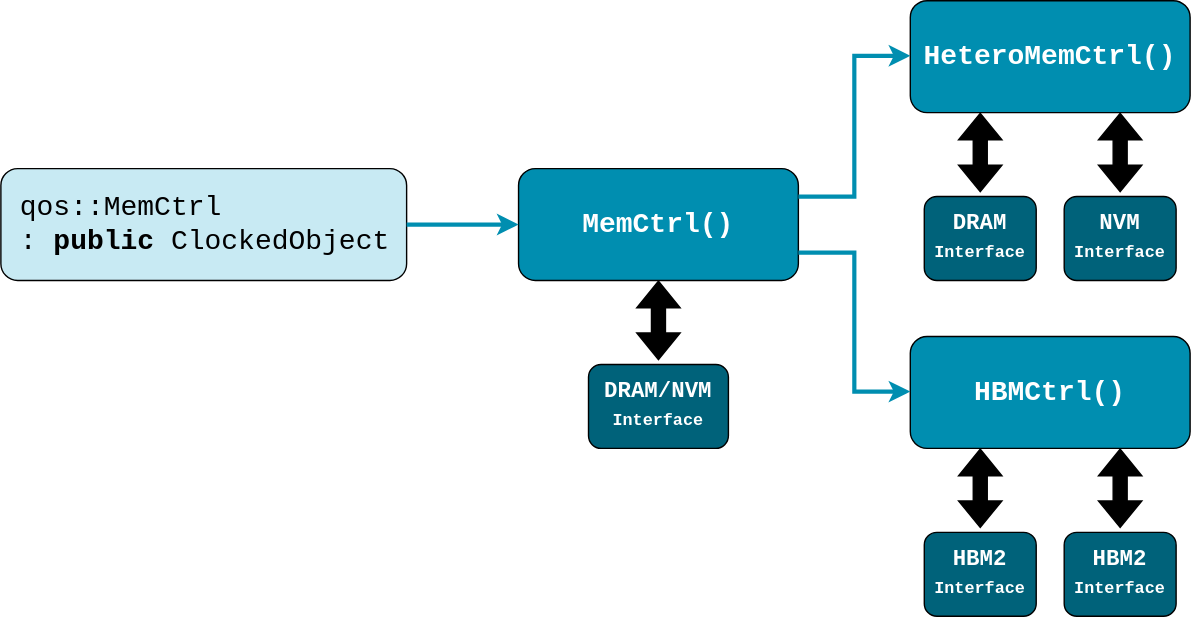
huydinhtran/gem5-2024-bootcamp keeps this draw.io diagram as slides/02-Using-gem5/06-memory-imgs/memory-controller-classes.drawio.svg. Above is the earlier version. Source tidied: cells renumbered, new cells last; positions are measured from the earlier drawing's top-left corner, leaving out a move shared by most shapes. Its diagram source:
```xml
<mxGraphModel>
  <root>
    <mxCell id="0" />
    <mxCell id="1" parent="0" />
    <mxCell id="2" value="&lt;font style=&quot;font-size: 20px;&quot;&gt;&amp;nbsp;qos::MemCtrl&amp;nbsp;&lt;/font&gt;&lt;div style=&quot;font-size: 20px;&quot;&gt;&lt;span style=&quot;background-color: initial; font-size: 20px;&quot;&gt;&lt;font style=&quot;font-size: 20px;&quot;&gt;&amp;nbsp;: &lt;b style=&quot;font-size: 20px;&quot;&gt;public&lt;/b&gt; ClockedObject&lt;/font&gt;&lt;/span&gt;&lt;/div&gt;" style="rounded=1;whiteSpace=wrap;html=1;fillColor=#C8EAF3;fontFamily=Courier New;align=left;fontSize=20;" parent="1" vertex="1">
      <mxGeometry y="120" width="290" height="80" as="geometry" />
    </mxCell>
    <mxCell id="3" value="&lt;div style=&quot;font-size: 20px;&quot;&gt;&lt;span style=&quot;font-size: 20px; background-color: initial;&quot;&gt;&lt;b style=&quot;font-size: 20px;&quot;&gt;MemCtrl()&lt;/b&gt;&lt;/span&gt;&lt;/div&gt;" style="rounded=1;whiteSpace=wrap;html=1;fillColor=#008EB0;fontFamily=Courier New;align=center;fontColor=#FFFFFF;fontSize=20;" parent="1" vertex="1">
      <mxGeometry x="370" y="120" width="200" height="80" as="geometry" />
    </mxCell>
    <mxCell id="4" value="&lt;div style=&quot;font-size: 20px;&quot;&gt;&lt;span style=&quot;font-size: 20px; background-color: initial;&quot;&gt;&lt;b style=&quot;font-size: 20px;&quot;&gt;HeteroMemCtrl()&lt;/b&gt;&lt;/span&gt;&lt;/div&gt;" style="rounded=1;whiteSpace=wrap;html=1;fillColor=#008EB0;fontFamily=Courier New;align=center;fontColor=#FFFFFF;fontSize=20;" parent="1" vertex="1">
      <mxGeometry x="650" width="200" height="80" as="geometry" />
    </mxCell>
    <mxCell id="5" value="&lt;div style=&quot;font-size: 20px;&quot;&gt;&lt;span style=&quot;font-size: 20px; background-color: initial;&quot;&gt;&lt;b style=&quot;font-size: 20px;&quot;&gt;HBMCtrl()&lt;/b&gt;&lt;/span&gt;&lt;/div&gt;" style="rounded=1;whiteSpace=wrap;html=1;fillColor=#008EB0;fontFamily=Courier New;align=center;fontColor=#FFFFFF;fontSize=20;" parent="1" vertex="1">
      <mxGeometry x="650" y="240" width="200" height="80" as="geometry" />
    </mxCell>
    <mxCell id="6" style="endArrow=classic;html=1;rounded=0;entryX=0;entryY=0.5;entryDx=0;entryDy=0;strokeColor=#008EB0;strokeWidth=3;" parent="1" edge="1" target="3">
      <mxGeometry relative="1" as="geometry">
        <mxPoint x="290" y="160" as="sourcePoint" />
      </mxGeometry>
    </mxCell>
    <mxCell id="7" style="endArrow=classic;html=1;rounded=0;strokeColor=#008EB0;strokeWidth=3;endFill=1;edgeStyle=elbowEdgeStyle;exitX=1;exitY=0.25;exitDx=0;exitDy=0;" parent="1" edge="1" source="3">
      <mxGeometry relative="1" as="geometry">
        <mxPoint x="650" y="39.4" as="targetPoint" />
      </mxGeometry>
    </mxCell>
    <mxCell id="8" style="endArrow=classic;html=1;rounded=0;strokeColor=#008EB0;strokeWidth=3;endFill=1;edgeStyle=elbowEdgeStyle;exitX=1;exitY=0.75;exitDx=0;exitDy=0;" parent="1" edge="1" source="3">
      <mxGeometry relative="1" as="geometry">
        <mxPoint x="650" y="279.4" as="targetPoint" />
      </mxGeometry>
    </mxCell>
    <mxCell id="9" style="shape=flexArrow;endArrow=classic;startArrow=classic;html=1;rounded=0;fillColor=#000000;entryX=0.309;entryY=1.04;entryDx=0;entryDy=0;entryPerimeter=0;" parent="1" edge="1">
      <mxGeometry relative="1" as="geometry">
        <mxPoint x="800" y="137" as="sourcePoint" />
        <mxPoint x="800" y="80" as="targetPoint" />
      </mxGeometry>
    </mxCell>
    <mxCell id="10" style="shape=flexArrow;endArrow=classic;startArrow=classic;html=1;rounded=0;fillColor=#000000;entryX=0.309;entryY=1.04;entryDx=0;entryDy=0;entryPerimeter=0;" parent="1" edge="1">
      <mxGeometry relative="1" as="geometry">
        <mxPoint x="700" y="137" as="sourcePoint" />
        <mxPoint x="700" y="80" as="targetPoint" />
      </mxGeometry>
    </mxCell>
    <mxCell id="11" value="&lt;div style=&quot;font-size: 16px;&quot;&gt;&lt;b style=&quot;font-size: 16px;&quot;&gt;DRAM&lt;/b&gt;&lt;/div&gt;&lt;div style=&quot;&quot;&gt;&lt;b style=&quot;&quot;&gt;&lt;font style=&quot;font-size: 12px;&quot;&gt;Interface&lt;/font&gt;&lt;/b&gt;&lt;/div&gt;" style="rounded=1;whiteSpace=wrap;html=1;fillColor=#00627A;fontFamily=Courier New;align=center;fontColor=#FFFFFF;fontSize=16;" parent="1" vertex="1">
      <mxGeometry x="660" y="140" width="80" height="60" as="geometry" />
    </mxCell>
    <mxCell id="12" value="&lt;div style=&quot;font-size: 16px;&quot;&gt;&lt;b style=&quot;font-size: 16px;&quot;&gt;NVM&lt;/b&gt;&lt;/div&gt;&lt;div style=&quot;&quot;&gt;&lt;b style=&quot;&quot;&gt;&lt;font style=&quot;font-size: 12px;&quot;&gt;Interface&lt;/font&gt;&lt;/b&gt;&lt;/div&gt;" style="rounded=1;whiteSpace=wrap;html=1;fillColor=#00627A;fontFamily=Courier New;align=center;fontColor=#FFFFFF;fontSize=16;" parent="1" vertex="1">
      <mxGeometry x="760" y="140" width="80" height="60" as="geometry" />
    </mxCell>
    <mxCell id="13" style="shape=flexArrow;endArrow=classic;startArrow=classic;html=1;rounded=0;fillColor=#000000;entryX=0.309;entryY=1.04;entryDx=0;entryDy=0;entryPerimeter=0;" parent="1" edge="1">
      <mxGeometry relative="1" as="geometry">
        <mxPoint x="800" y="377" as="sourcePoint" />
        <mxPoint x="800" y="320" as="targetPoint" />
      </mxGeometry>
    </mxCell>
    <mxCell id="14" style="shape=flexArrow;endArrow=classic;startArrow=classic;html=1;rounded=0;fillColor=#000000;entryX=0.309;entryY=1.04;entryDx=0;entryDy=0;entryPerimeter=0;" parent="1" edge="1">
      <mxGeometry relative="1" as="geometry">
        <mxPoint x="700" y="377" as="sourcePoint" />
        <mxPoint x="700" y="320" as="targetPoint" />
      </mxGeometry>
    </mxCell>
    <mxCell id="15" value="&lt;div style=&quot;font-size: 16px;&quot;&gt;&lt;b style=&quot;font-size: 16px;&quot;&gt;HBM2&lt;/b&gt;&lt;/div&gt;&lt;div style=&quot;&quot;&gt;&lt;b style=&quot;&quot;&gt;&lt;font style=&quot;font-size: 12px;&quot;&gt;Interface&lt;/font&gt;&lt;/b&gt;&lt;/div&gt;" style="rounded=1;whiteSpace=wrap;html=1;fillColor=#00627A;fontFamily=Courier New;align=center;fontColor=#FFFFFF;fontSize=16;" parent="1" vertex="1">
      <mxGeometry x="660" y="380" width="80" height="60" as="geometry" />
    </mxCell>
    <mxCell id="16" value="&lt;div style=&quot;font-size: 16px;&quot;&gt;&lt;b style=&quot;font-size: 16px;&quot;&gt;HBM2&lt;/b&gt;&lt;/div&gt;&lt;div style=&quot;&quot;&gt;&lt;b style=&quot;&quot;&gt;&lt;font style=&quot;font-size: 12px;&quot;&gt;Interface&lt;/font&gt;&lt;/b&gt;&lt;/div&gt;" style="rounded=1;whiteSpace=wrap;html=1;fillColor=#00627A;fontFamily=Courier New;align=center;fontColor=#FFFFFF;fontSize=16;" parent="1" vertex="1">
      <mxGeometry x="760" y="380" width="80" height="60" as="geometry" />
    </mxCell>
    <mxCell id="17" style="shape=flexArrow;endArrow=classic;startArrow=classic;html=1;rounded=0;fillColor=#000000;entryX=0.309;entryY=1.04;entryDx=0;entryDy=0;entryPerimeter=0;" parent="1" edge="1">
      <mxGeometry relative="1" as="geometry">
        <mxPoint x="470" y="257" as="sourcePoint" />
        <mxPoint x="470" y="200" as="targetPoint" />
      </mxGeometry>
    </mxCell>
    <mxCell id="18" value="&lt;div style=&quot;font-size: 16px;&quot;&gt;&lt;b&gt;DRAM/NVM&lt;/b&gt;&lt;/div&gt;&lt;div style=&quot;&quot;&gt;&lt;b style=&quot;&quot;&gt;&lt;font style=&quot;font-size: 12px;&quot;&gt;Interface&lt;/font&gt;&lt;/b&gt;&lt;/div&gt;" style="rounded=1;whiteSpace=wrap;html=1;fillColor=#00627A;fontFamily=Courier New;align=center;fontColor=#FFFFFF;fontSize=16;" parent="1" vertex="1">
      <mxGeometry x="420" y="260" width="100" height="60" as="geometry" />
    </mxCell>
  </root>
</mxGraphModel>
```
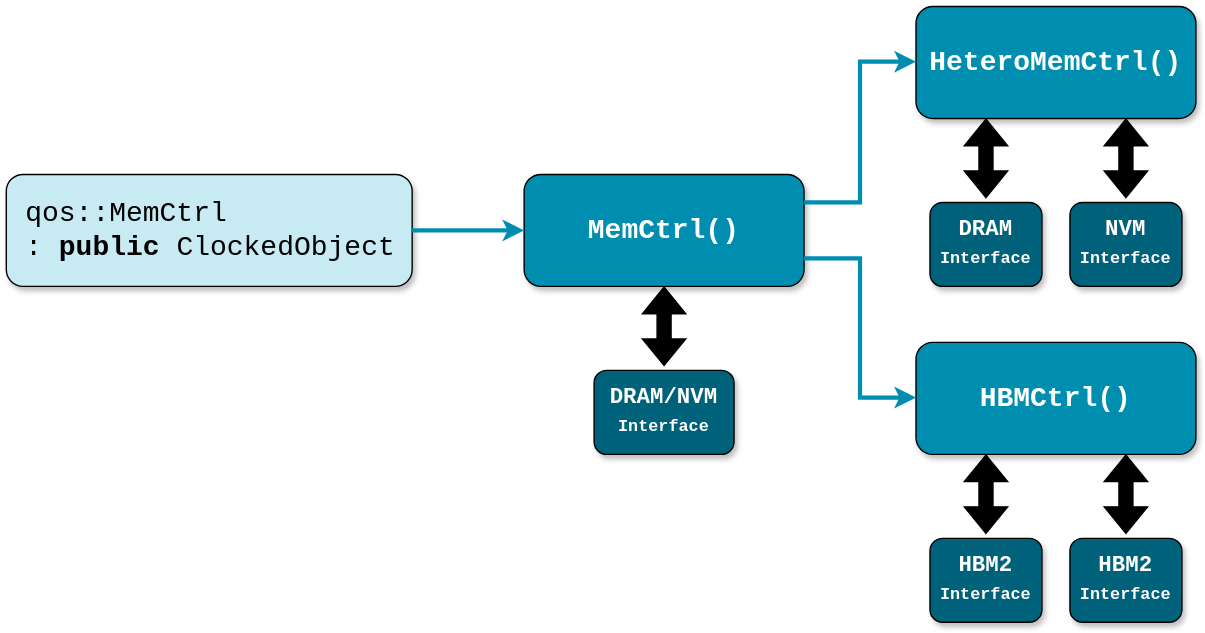
The same file after the commit.

Change to the diagram source:
```diff
@@ -2,16 +2,16 @@
   <root>
     <mxCell id="0" />
     <mxCell id="1" parent="0" />
-    <mxCell id="2" value="&lt;font style=&quot;font-size: 20px;&quot;&gt;&amp;nbsp;qos::MemCtrl&amp;nbsp;&lt;/font&gt;&lt;div style=&quot;font-size: 20px;&quot;&gt;&lt;span style=&quot;background-color: initial; font-size: 20px;&quot;&gt;&lt;font style=&quot;font-size: 20px;&quot;&gt;&amp;nbsp;: &lt;b style=&quot;font-size: 20px;&quot;&gt;public&lt;/b&gt; ClockedObject&lt;/font&gt;&lt;/span&gt;&lt;/div&gt;" style="rounded=1;whiteSpace=wrap;html=1;fillColor=#C8EAF3;fontFamily=Courier New;align=left;fontSize=20;" parent="1" vertex="1">
+    <mxCell id="2" value="&lt;font style=&quot;font-size: 20px;&quot;&gt;&amp;nbsp;qos::MemCtrl&amp;nbsp;&lt;/font&gt;&lt;div style=&quot;font-size: 20px;&quot;&gt;&lt;span style=&quot;background-color: initial; font-size: 20px;&quot;&gt;&lt;font style=&quot;font-size: 20px;&quot;&gt;&amp;nbsp;: &lt;b style=&quot;font-size: 20px;&quot;&gt;public&lt;/b&gt; ClockedObject&lt;/font&gt;&lt;/span&gt;&lt;/div&gt;" style="rounded=1;whiteSpace=wrap;html=1;fillColor=#C8EAF3;fontFamily=Courier New;align=left;fontSize=20;shadow=1;" parent="1" vertex="1">
       <mxGeometry y="120" width="290" height="80" as="geometry" />
     </mxCell>
-    <mxCell id="3" value="&lt;div style=&quot;font-size: 20px;&quot;&gt;&lt;span style=&quot;font-size: 20px; background-color: initial;&quot;&gt;&lt;b style=&quot;font-size: 20px;&quot;&gt;MemCtrl()&lt;/b&gt;&lt;/span&gt;&lt;/div&gt;" style="rounded=1;whiteSpace=wrap;html=1;fillColor=#008EB0;fontFamily=Courier New;align=center;fontColor=#FFFFFF;fontSize=20;" parent="1" vertex="1">
+    <mxCell id="3" value="&lt;div style=&quot;font-size: 20px;&quot;&gt;&lt;span style=&quot;font-size: 20px; background-color: initial;&quot;&gt;&lt;b style=&quot;font-size: 20px;&quot;&gt;MemCtrl()&lt;/b&gt;&lt;/span&gt;&lt;/div&gt;" style="rounded=1;whiteSpace=wrap;html=1;fillColor=#008EB0;fontFamily=Courier New;align=center;fontColor=#FFFFFF;fontSize=20;shadow=1;" parent="1" vertex="1">
       <mxGeometry x="370" y="120" width="200" height="80" as="geometry" />
     </mxCell>
-    <mxCell id="4" value="&lt;div style=&quot;font-size: 20px;&quot;&gt;&lt;span style=&quot;font-size: 20px; background-color: initial;&quot;&gt;&lt;b style=&quot;font-size: 20px;&quot;&gt;HeteroMemCtrl()&lt;/b&gt;&lt;/span&gt;&lt;/div&gt;" style="rounded=1;whiteSpace=wrap;html=1;fillColor=#008EB0;fontFamily=Courier New;align=center;fontColor=#FFFFFF;fontSize=20;" parent="1" vertex="1">
+    <mxCell id="4" value="&lt;div style=&quot;font-size: 20px;&quot;&gt;&lt;span style=&quot;font-size: 20px; background-color: initial;&quot;&gt;&lt;b style=&quot;font-size: 20px;&quot;&gt;HeteroMemCtrl()&lt;/b&gt;&lt;/span&gt;&lt;/div&gt;" style="rounded=1;whiteSpace=wrap;html=1;fillColor=#008EB0;fontFamily=Courier New;align=center;fontColor=#FFFFFF;fontSize=20;shadow=1;" parent="1" vertex="1">
       <mxGeometry x="650" width="200" height="80" as="geometry" />
     </mxCell>
-    <mxCell id="5" value="&lt;div style=&quot;font-size: 20px;&quot;&gt;&lt;span style=&quot;font-size: 20px; background-color: initial;&quot;&gt;&lt;b style=&quot;font-size: 20px;&quot;&gt;HBMCtrl()&lt;/b&gt;&lt;/span&gt;&lt;/div&gt;" style="rounded=1;whiteSpace=wrap;html=1;fillColor=#008EB0;fontFamily=Courier New;align=center;fontColor=#FFFFFF;fontSize=20;" parent="1" vertex="1">
+    <mxCell id="5" value="&lt;div style=&quot;font-size: 20px;&quot;&gt;&lt;span style=&quot;font-size: 20px; background-color: initial;&quot;&gt;&lt;b style=&quot;font-size: 20px;&quot;&gt;HBMCtrl()&lt;/b&gt;&lt;/span&gt;&lt;/div&gt;" style="rounded=1;whiteSpace=wrap;html=1;fillColor=#008EB0;fontFamily=Courier New;align=center;fontColor=#FFFFFF;fontSize=20;shadow=1;" parent="1" vertex="1">
       <mxGeometry x="650" y="240" width="200" height="80" as="geometry" />
     </mxCell>
     <mxCell id="6" style="endArrow=classic;html=1;rounded=0;entryX=0;entryY=0.5;entryDx=0;entryDy=0;strokeColor=#008EB0;strokeWidth=3;" parent="1" edge="1" target="3">
@@ -41,10 +41,10 @@
         <mxPoint x="700" y="80" as="targetPoint" />
       </mxGeometry>
     </mxCell>
-    <mxCell id="11" value="&lt;div style=&quot;font-size: 16px;&quot;&gt;&lt;b style=&quot;font-size: 16px;&quot;&gt;DRAM&lt;/b&gt;&lt;/div&gt;&lt;div style=&quot;&quot;&gt;&lt;b style=&quot;&quot;&gt;&lt;font style=&quot;font-size: 12px;&quot;&gt;Interface&lt;/font&gt;&lt;/b&gt;&lt;/div&gt;" style="rounded=1;whiteSpace=wrap;html=1;fillColor=#00627A;fontFamily=Courier New;align=center;fontColor=#FFFFFF;fontSize=16;" parent="1" vertex="1">
+    <mxCell id="11" value="&lt;div style=&quot;font-size: 16px;&quot;&gt;&lt;b style=&quot;font-size: 16px;&quot;&gt;DRAM&lt;/b&gt;&lt;/div&gt;&lt;div style=&quot;&quot;&gt;&lt;b style=&quot;&quot;&gt;&lt;font style=&quot;font-size: 12px;&quot;&gt;Interface&lt;/font&gt;&lt;/b&gt;&lt;/div&gt;" style="rounded=1;whiteSpace=wrap;html=1;fillColor=#00627A;fontFamily=Courier New;align=center;fontColor=#FFFFFF;fontSize=16;shadow=1;" parent="1" vertex="1">
       <mxGeometry x="660" y="140" width="80" height="60" as="geometry" />
     </mxCell>
-    <mxCell id="12" value="&lt;div style=&quot;font-size: 16px;&quot;&gt;&lt;b style=&quot;font-size: 16px;&quot;&gt;NVM&lt;/b&gt;&lt;/div&gt;&lt;div style=&quot;&quot;&gt;&lt;b style=&quot;&quot;&gt;&lt;font style=&quot;font-size: 12px;&quot;&gt;Interface&lt;/font&gt;&lt;/b&gt;&lt;/div&gt;" style="rounded=1;whiteSpace=wrap;html=1;fillColor=#00627A;fontFamily=Courier New;align=center;fontColor=#FFFFFF;fontSize=16;" parent="1" vertex="1">
+    <mxCell id="12" value="&lt;div style=&quot;font-size: 16px;&quot;&gt;&lt;b style=&quot;font-size: 16px;&quot;&gt;NVM&lt;/b&gt;&lt;/div&gt;&lt;div style=&quot;&quot;&gt;&lt;b style=&quot;&quot;&gt;&lt;font style=&quot;font-size: 12px;&quot;&gt;Interface&lt;/font&gt;&lt;/b&gt;&lt;/div&gt;" style="rounded=1;whiteSpace=wrap;html=1;fillColor=#00627A;fontFamily=Courier New;align=center;fontColor=#FFFFFF;fontSize=16;shadow=1;" parent="1" vertex="1">
       <mxGeometry x="760" y="140" width="80" height="60" as="geometry" />
     </mxCell>
     <mxCell id="13" style="shape=flexArrow;endArrow=classic;startArrow=classic;html=1;rounded=0;fillColor=#000000;entryX=0.309;entryY=1.04;entryDx=0;entryDy=0;entryPerimeter=0;" parent="1" edge="1">
@@ -59,10 +59,10 @@
         <mxPoint x="700" y="320" as="targetPoint" />
       </mxGeometry>
     </mxCell>
-    <mxCell id="15" value="&lt;div style=&quot;font-size: 16px;&quot;&gt;&lt;b style=&quot;font-size: 16px;&quot;&gt;HBM2&lt;/b&gt;&lt;/div&gt;&lt;div style=&quot;&quot;&gt;&lt;b style=&quot;&quot;&gt;&lt;font style=&quot;font-size: 12px;&quot;&gt;Interface&lt;/font&gt;&lt;/b&gt;&lt;/div&gt;" style="rounded=1;whiteSpace=wrap;html=1;fillColor=#00627A;fontFamily=Courier New;align=center;fontColor=#FFFFFF;fontSize=16;" parent="1" vertex="1">
+    <mxCell id="15" value="&lt;div style=&quot;font-size: 16px;&quot;&gt;&lt;b style=&quot;font-size: 16px;&quot;&gt;HBM2&lt;/b&gt;&lt;/div&gt;&lt;div style=&quot;&quot;&gt;&lt;b style=&quot;&quot;&gt;&lt;font style=&quot;font-size: 12px;&quot;&gt;Interface&lt;/font&gt;&lt;/b&gt;&lt;/div&gt;" style="rounded=1;whiteSpace=wrap;html=1;fillColor=#00627A;fontFamily=Courier New;align=center;fontColor=#FFFFFF;fontSize=16;shadow=1;" parent="1" vertex="1">
       <mxGeometry x="660" y="380" width="80" height="60" as="geometry" />
     </mxCell>
-    <mxCell id="16" value="&lt;div style=&quot;font-size: 16px;&quot;&gt;&lt;b style=&quot;font-size: 16px;&quot;&gt;HBM2&lt;/b&gt;&lt;/div&gt;&lt;div style=&quot;&quot;&gt;&lt;b style=&quot;&quot;&gt;&lt;font style=&quot;font-size: 12px;&quot;&gt;Interface&lt;/font&gt;&lt;/b&gt;&lt;/div&gt;" style="rounded=1;whiteSpace=wrap;html=1;fillColor=#00627A;fontFamily=Courier New;align=center;fontColor=#FFFFFF;fontSize=16;" parent="1" vertex="1">
+    <mxCell id="16" value="&lt;div style=&quot;font-size: 16px;&quot;&gt;&lt;b style=&quot;font-size: 16px;&quot;&gt;HBM2&lt;/b&gt;&lt;/div&gt;&lt;div style=&quot;&quot;&gt;&lt;b style=&quot;&quot;&gt;&lt;font style=&quot;font-size: 12px;&quot;&gt;Interface&lt;/font&gt;&lt;/b&gt;&lt;/div&gt;" style="rounded=1;whiteSpace=wrap;html=1;fillColor=#00627A;fontFamily=Courier New;align=center;fontColor=#FFFFFF;fontSize=16;shadow=1;" parent="1" vertex="1">
       <mxGeometry x="760" y="380" width="80" height="60" as="geometry" />
     </mxCell>
     <mxCell id="17" style="shape=flexArrow;endArrow=classic;startArrow=classic;html=1;rounded=0;fillColor=#000000;entryX=0.309;entryY=1.04;entryDx=0;entryDy=0;entryPerimeter=0;" parent="1" edge="1">
@@ -71,7 +71,7 @@
         <mxPoint x="470" y="200" as="targetPoint" />
       </mxGeometry>
     </mxCell>
-    <mxCell id="18" value="&lt;div style=&quot;font-size: 16px;&quot;&gt;&lt;b&gt;DRAM/NVM&lt;/b&gt;&lt;/div&gt;&lt;div style=&quot;&quot;&gt;&lt;b style=&quot;&quot;&gt;&lt;font style=&quot;font-size: 12px;&quot;&gt;Interface&lt;/font&gt;&lt;/b&gt;&lt;/div&gt;" style="rounded=1;whiteSpace=wrap;html=1;fillColor=#00627A;fontFamily=Courier New;align=center;fontColor=#FFFFFF;fontSize=16;" parent="1" vertex="1">
+    <mxCell id="18" value="&lt;div style=&quot;font-size: 16px;&quot;&gt;&lt;b&gt;DRAM/NVM&lt;/b&gt;&lt;/div&gt;&lt;div style=&quot;&quot;&gt;&lt;b style=&quot;&quot;&gt;&lt;font style=&quot;font-size: 12px;&quot;&gt;Interface&lt;/font&gt;&lt;/b&gt;&lt;/div&gt;" style="rounded=1;whiteSpace=wrap;html=1;fillColor=#00627A;fontFamily=Courier New;align=center;fontColor=#FFFFFF;fontSize=16;shadow=1;" parent="1" vertex="1">
       <mxGeometry x="420" y="260" width="100" height="60" as="geometry" />
     </mxCell>
   </root>
```
